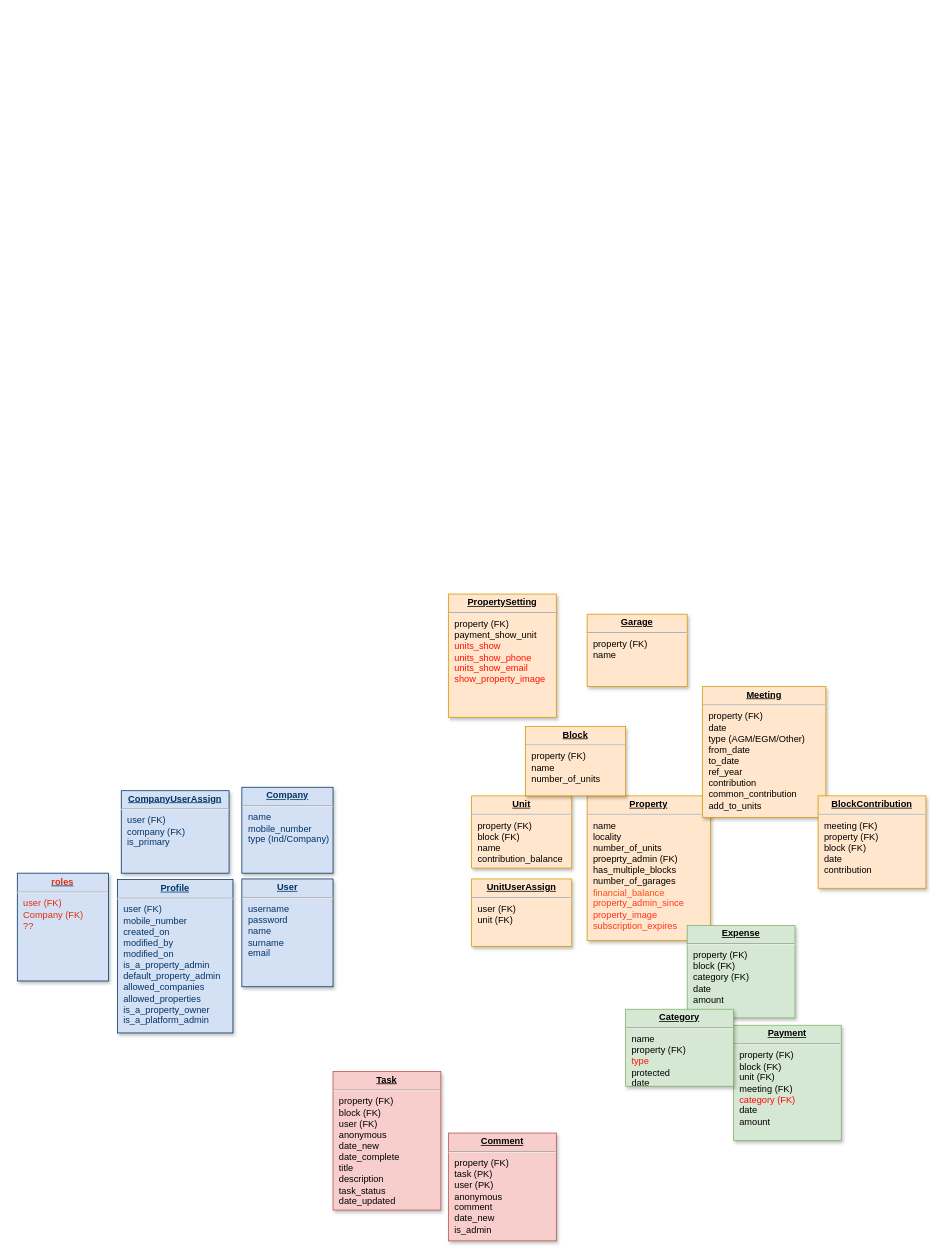
Before: Untitled Diagram.drawio in gilubilu/hello-world, a draw.io diagram. Source tidied: cells renumbered, new cells numbered last; positions are measured from the earlier drawing's top-left corner, leaving out a move shared by most shapes. Both pictures are drawn from the tidied source at 77%, with x=0, y=0 at pixel (17, 594).
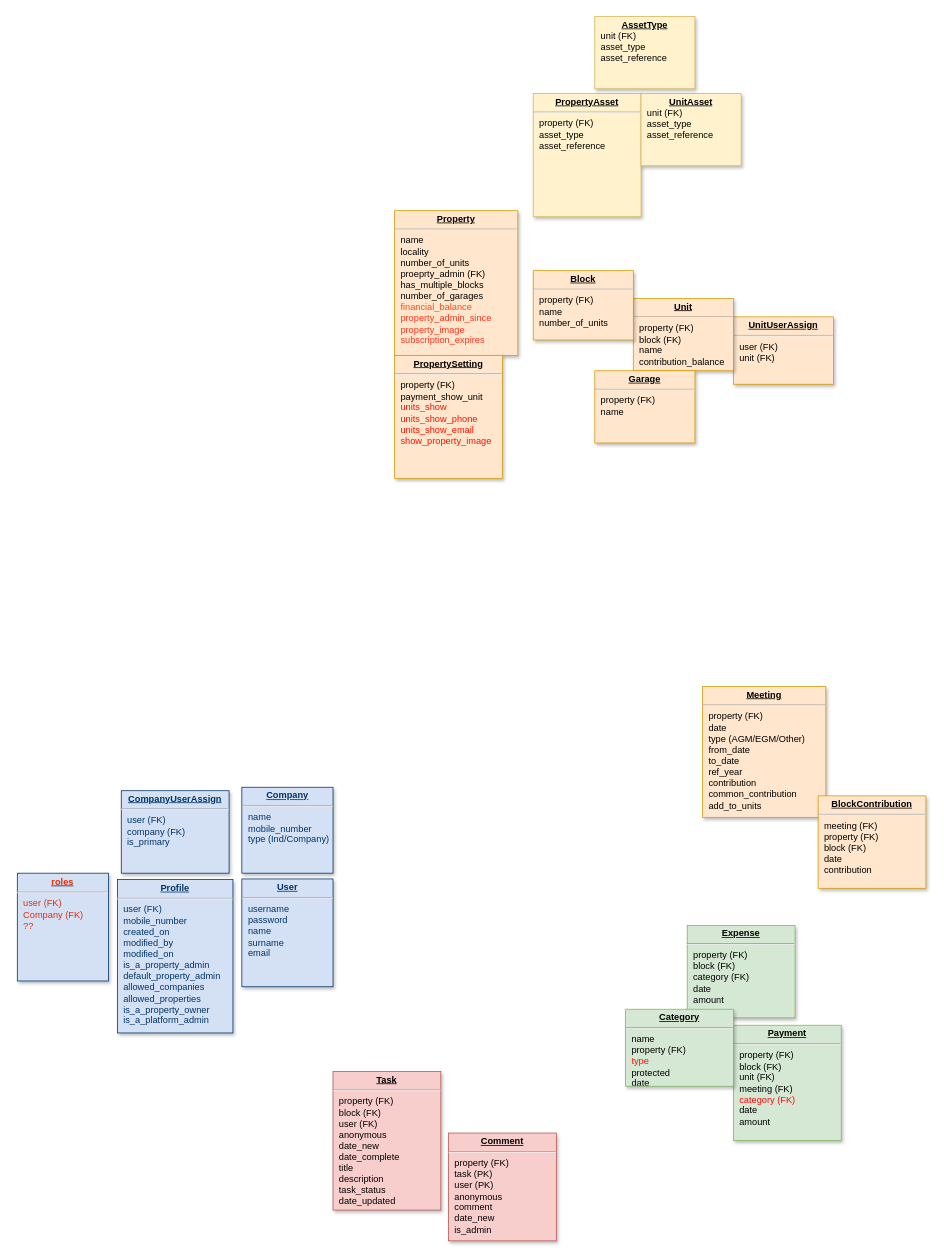
The same diagram, later.

The edit, as a diff of the source:
```diff
@@
     <mxCell id="2" value="&lt;p style=&quot;margin: 0px ; margin-top: 4px ; text-align: center ; text-decoration: underline&quot;&gt;&lt;b&gt;UnitUserAssign&lt;/b&gt;&lt;/p&gt;&lt;hr&gt;&lt;p style=&quot;margin: 0px ; margin-left: 8px&quot;&gt;user (FK)&lt;/p&gt;&lt;p style=&quot;margin: 0px ; margin-left: 8px&quot;&gt;unit (FK)&lt;/p&gt;" style="verticalAlign=top;align=left;overflow=fill;fontSize=12;fontFamily=Helvetica;html=1;strokeColor=#d79b00;shadow=1;fillColor=#ffe6cc;" parent="1" vertex="1">
-      <mxGeometry x="590" y="370" width="130" height="87.5" as="geometry" />
+      <mxGeometry x="930" y="-360" width="130" height="87.5" as="geometry" />
     </mxCell>
     <mxCell id="3" value="&lt;p style=&quot;margin: 0px ; margin-top: 4px ; text-align: center ; text-decoration: underline&quot;&gt;&lt;strong&gt;Unit&lt;/strong&gt;&lt;/p&gt;&lt;hr&gt;&lt;p style=&quot;margin: 0px ; margin-left: 8px&quot;&gt;property (FK)&lt;/p&gt;&lt;p style=&quot;margin: 0px ; margin-left: 8px&quot;&gt;block (FK)&lt;/p&gt;&lt;p style=&quot;margin: 0px ; margin-left: 8px&quot;&gt;name&lt;/p&gt;&lt;p style=&quot;margin: 0px ; margin-left: 8px&quot;&gt;&lt;span&gt;contribution_balance&lt;/span&gt;&lt;br&gt;&lt;/p&gt;&lt;p style=&quot;margin: 0px ; margin-left: 8px&quot;&gt;&lt;br&gt;&lt;/p&gt;" style="verticalAlign=top;align=left;overflow=fill;fontSize=12;fontFamily=Helvetica;html=1;strokeColor=#d79b00;shadow=1;fillColor=#ffe6cc;" parent="1" vertex="1">
-      <mxGeometry x="590" y="262.1" width="130" height="93.8" as="geometry" />
+      <mxGeometry x="800" y="-383.8" width="130" height="93.8" as="geometry" />
     </mxCell>
     <mxCell id="4" value="&lt;p style=&quot;margin: 0px ; margin-top: 4px ; text-align: center ; text-decoration: underline&quot;&gt;&lt;strong&gt;Property&lt;/strong&gt;&lt;/p&gt;&lt;hr&gt;&lt;p style=&quot;margin: 0px ; margin-left: 8px&quot;&gt;name&lt;/p&gt;&lt;p style=&quot;margin: 0px ; margin-left: 8px&quot;&gt;locality&lt;/p&gt;&lt;p style=&quot;margin: 0px ; margin-left: 8px&quot;&gt;number_of_units&lt;/p&gt;&lt;p style=&quot;margin: 0px ; margin-left: 8px&quot;&gt;proeprty_admin (FK)&lt;/p&gt;&lt;p style=&quot;margin: 0px ; margin-left: 8px&quot;&gt;&lt;span&gt;has_multiple_blocks&lt;/span&gt;&lt;br&gt;&lt;/p&gt;&lt;p style=&quot;margin: 0px ; margin-left: 8px&quot;&gt;&lt;span&gt;number_of_garages&lt;/span&gt;&lt;/p&gt;&lt;p style=&quot;margin: 0px ; margin-left: 8px&quot;&gt;&lt;font color=&quot;#ff4d17&quot;&gt;financial_balance&lt;/font&gt;&lt;/p&gt;&lt;p style=&quot;margin: 0px ; margin-left: 8px&quot;&gt;&lt;font color=&quot;#ff351f&quot;&gt;property_admin_since&lt;/font&gt;&lt;font color=&quot;#ff4d17&quot;&gt;&lt;br&gt;&lt;/font&gt;&lt;/p&gt;&lt;p style=&quot;margin: 0px ; margin-left: 8px&quot;&gt;&lt;font color=&quot;#ff351f&quot;&gt;property_image&lt;/font&gt;&lt;/p&gt;&lt;p style=&quot;margin: 0px ; margin-left: 8px&quot;&gt;&lt;font color=&quot;#ff351f&quot;&gt;subscription_expires&lt;/font&gt;&lt;/p&gt;" style="verticalAlign=top;align=left;overflow=fill;fontSize=12;fontFamily=Helvetica;html=1;strokeColor=#d79b00;shadow=1;fillColor=#ffe6cc;" parent="1" vertex="1">
-      <mxGeometry x="740" y="262.1" width="160" height="187.9" as="geometry" />
+      <mxGeometry x="490" y="-497.9" width="160" height="187.9" as="geometry" />
     </mxCell>
@@
     <mxCell id="11" value="&lt;p style=&quot;margin: 0px ; margin-top: 4px ; text-align: center ; text-decoration: underline&quot;&gt;&lt;strong&gt;Block&lt;/strong&gt;&lt;/p&gt;&lt;hr&gt;&lt;p style=&quot;margin: 0px ; margin-left: 8px&quot;&gt;property (FK)&lt;/p&gt;&lt;p style=&quot;margin: 0px ; margin-left: 8px&quot;&gt;name&lt;/p&gt;&lt;p style=&quot;margin: 0px ; margin-left: 8px&quot;&gt;number_of_units&lt;/p&gt;&lt;p style=&quot;margin: 0px ; margin-left: 8px&quot;&gt;&lt;br&gt;&lt;/p&gt;" style="verticalAlign=top;align=left;overflow=fill;fontSize=12;fontFamily=Helvetica;html=1;strokeColor=#d79b00;shadow=1;fillColor=#ffe6cc;direction=west;" parent="1" vertex="1">
-      <mxGeometry x="660" y="172.1" width="130" height="90" as="geometry" />
+      <mxGeometry x="670" y="-420" width="130" height="90" as="geometry" />
     </mxCell>
@@
     <mxCell id="17" value="&lt;p style=&quot;margin: 0px ; margin-top: 4px ; text-align: center ; text-decoration: underline&quot;&gt;&lt;strong&gt;PropertySetting&lt;/strong&gt;&lt;/p&gt;&lt;hr&gt;&lt;p style=&quot;margin: 0px ; margin-left: 8px&quot;&gt;property (FK)&lt;/p&gt;&lt;p style=&quot;margin: 0px ; margin-left: 8px&quot;&gt;payment_show_unit&lt;/p&gt;&lt;p style=&quot;margin: 0px ; margin-left: 8px&quot;&gt;&lt;font color=&quot;#ff1100&quot;&gt;units_show&lt;/font&gt;&lt;/p&gt;&lt;p style=&quot;margin: 0px ; margin-left: 8px&quot;&gt;&lt;font color=&quot;#ff1100&quot;&gt;units_show_phone&lt;/font&gt;&lt;/p&gt;&lt;p style=&quot;margin: 0px ; margin-left: 8px&quot;&gt;&lt;font color=&quot;#ff1100&quot;&gt;units_show_email&lt;/font&gt;&lt;/p&gt;&lt;p style=&quot;margin: 0px ; margin-left: 8px&quot;&gt;&lt;font color=&quot;#ff1100&quot;&gt;show_property_image&lt;/font&gt;&lt;/p&gt;" style="verticalAlign=top;align=left;overflow=fill;fontSize=12;fontFamily=Helvetica;html=1;strokeColor=#d79b00;shadow=1;fillColor=#ffe6cc;direction=west;" parent="1" vertex="1">
-      <mxGeometry x="560" width="140" height="160" as="geometry" />
+      <mxGeometry x="490" y="-310" width="140" height="160" as="geometry" />
     </mxCell>
@@
     <mxCell id="19" value="&lt;p style=&quot;margin: 0px ; margin-top: 4px ; text-align: center ; text-decoration: underline&quot;&gt;&lt;strong&gt;Garage&lt;/strong&gt;&lt;/p&gt;&lt;hr&gt;&lt;p style=&quot;margin: 0px ; margin-left: 8px&quot;&gt;property (FK)&lt;/p&gt;&lt;p style=&quot;margin: 0px ; margin-left: 8px&quot;&gt;&lt;span style=&quot;background-color: initial;&quot;&gt;name&lt;/span&gt;&lt;/p&gt;&lt;p style=&quot;margin: 0px ; margin-left: 8px&quot;&gt;&lt;br&gt;&lt;/p&gt;" style="verticalAlign=top;align=left;overflow=fill;fontSize=12;fontFamily=Helvetica;html=1;strokeColor=#d79b00;shadow=1;fillColor=#ffe6cc;" parent="1" vertex="1">
-      <mxGeometry x="740" y="26.2" width="130" height="93.8" as="geometry" />
+      <mxGeometry x="750" y="-290" width="130" height="93.8" as="geometry" />
     </mxCell>
+    <mxCell id="20" value="&lt;p style=&quot;margin: 0px ; margin-top: 4px ; text-align: center ; text-decoration: underline&quot;&gt;&lt;strong&gt;PropertyAsset&lt;/strong&gt;&lt;/p&gt;&lt;hr&gt;&lt;p style=&quot;margin: 0px ; margin-left: 8px&quot;&gt;property (FK)&lt;/p&gt;&lt;p style=&quot;margin: 0px ; margin-left: 8px&quot;&gt;asset_type&lt;/p&gt;&lt;p style=&quot;margin: 0px ; margin-left: 8px&quot;&gt;asset_reference&lt;br&gt;&lt;/p&gt;" style="verticalAlign=top;align=left;overflow=fill;fontSize=12;fontFamily=Helvetica;html=1;strokeColor=#d6b656;shadow=1;fillColor=#fff2cc;direction=west;" parent="1" vertex="1">
+      <mxGeometry x="670" y="-650" width="140" height="160" as="geometry" />
+    </mxCell>
+    <mxCell id="21" value="&lt;p style=&quot;margin: 0px ; margin-top: 4px ; text-align: center ; text-decoration: underline&quot;&gt;&lt;strong&gt;UnitAsset&lt;/strong&gt;&lt;/p&gt;&lt;p style=&quot;margin: 0px ; margin-left: 8px&quot;&gt;unit (FK)&lt;/p&gt;&lt;p style=&quot;margin: 0px ; margin-left: 8px&quot;&gt;&lt;span&gt;asset_type&lt;/span&gt;&lt;br&gt;&lt;/p&gt;&lt;p style=&quot;margin: 0px ; margin-left: 8px&quot;&gt;&lt;span&gt;asset_reference&lt;/span&gt;&lt;/p&gt;&lt;p style=&quot;margin: 0px ; margin-left: 8px&quot;&gt;&lt;br&gt;&lt;/p&gt;" style="verticalAlign=top;align=left;overflow=fill;fontSize=12;fontFamily=Helvetica;html=1;strokeColor=#d6b656;shadow=1;fillColor=#fff2cc;" parent="1" vertex="1">
+      <mxGeometry x="810" y="-650" width="130" height="93.8" as="geometry" />
+    </mxCell>
+    <mxCell id="22" value="&lt;p style=&quot;margin: 0px ; margin-top: 4px ; text-align: center ; text-decoration: underline&quot;&gt;&lt;strong&gt;AssetType&lt;/strong&gt;&lt;/p&gt;&lt;p style=&quot;margin: 0px ; margin-left: 8px&quot;&gt;unit (FK)&lt;/p&gt;&lt;p style=&quot;margin: 0px ; margin-left: 8px&quot;&gt;&lt;span&gt;asset_type&lt;/span&gt;&lt;br&gt;&lt;/p&gt;&lt;p style=&quot;margin: 0px ; margin-left: 8px&quot;&gt;&lt;span&gt;asset_reference&lt;/span&gt;&lt;/p&gt;&lt;p style=&quot;margin: 0px ; margin-left: 8px&quot;&gt;&lt;br&gt;&lt;/p&gt;" style="verticalAlign=top;align=left;overflow=fill;fontSize=12;fontFamily=Helvetica;html=1;strokeColor=#d6b656;shadow=1;fillColor=#fff2cc;" parent="1" vertex="1">
+      <mxGeometry x="750" y="-750" width="130" height="93.8" as="geometry" />
+    </mxCell>
```
